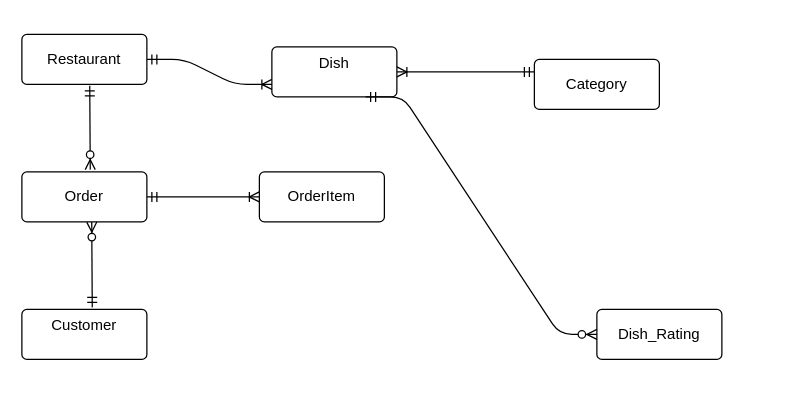
Abrar-Arman/restaurant-ordering-app-django keeps this draw.io diagram as erd.drawio. Above is the earlier version. Source tidied: cells renumbered, new cells numbered last; positions are measured from the earlier drawing's top-left corner, leaving out a move shared by most shapes. Both pictures are drawn from the tidied source at 125%, with x=0, y=0 at pixel (21, 34).
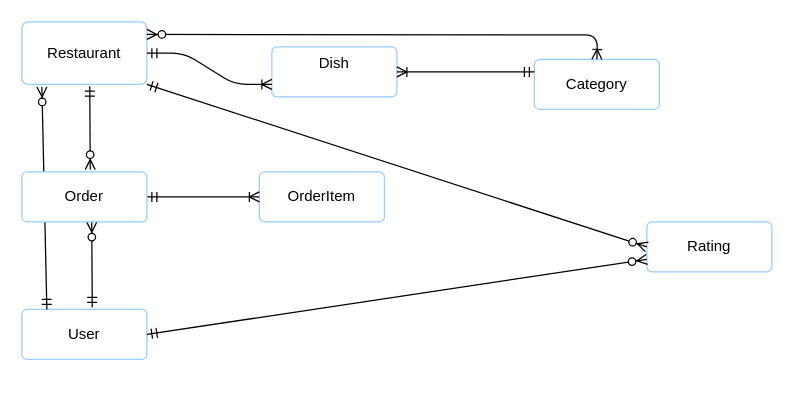
After the change.

Diff of the diagram source:
```diff
@@
-    <mxCell id="2" value="Restaurant" style="rounded=1;arcSize=10;whiteSpace=wrap;html=1;align=center;" parent="1" vertex="1">
-      <mxGeometry width="100" height="40" as="geometry" />
+    <mxCell id="2" value="Restaurant" style="rounded=1;arcSize=10;whiteSpace=wrap;html=1;align=center;strokeColor=#99CCFF;" parent="1" vertex="1">
+      <mxGeometry y="-10" width="100" height="50" as="geometry" />
     </mxCell>
-    <mxCell id="3" value="&#10;Dish&#10;&#10;" style="rounded=1;arcSize=10;whiteSpace=wrap;html=1;align=center;" parent="1" vertex="1">
+    <mxCell id="3" value="&#10;Dish&#10;&#10;" style="rounded=1;arcSize=10;whiteSpace=wrap;html=1;align=center;strokeColor=#99CCFF;" parent="1" vertex="1">
       <mxGeometry x="200" y="10" width="100" height="40" as="geometry" />
     </mxCell>
-    <mxCell id="4" value="&#10;Customer&#10;&#10;" style="rounded=1;arcSize=10;whiteSpace=wrap;html=1;align=center;" parent="1" vertex="1">
+    <mxCell id="4" value="User" style="rounded=1;arcSize=10;whiteSpace=wrap;html=1;align=center;strokeColor=#99CCFF;" parent="1" vertex="1">
       <mxGeometry y="220" width="100" height="40" as="geometry" />
     </mxCell>
@@
-    <mxCell id="6" value="Category" style="rounded=1;arcSize=10;whiteSpace=wrap;html=1;align=center;" parent="1" vertex="1">
+    <mxCell id="6" value="Category" style="rounded=1;arcSize=10;whiteSpace=wrap;html=1;align=center;strokeColor=#99CCFF;" parent="1" vertex="1">
       <mxGeometry x="410" y="20" width="100" height="40" as="geometry" />
     </mxCell>
-    <mxCell id="7" value="Order" style="rounded=1;arcSize=10;whiteSpace=wrap;html=1;align=center;" parent="1" vertex="1">
-      <mxGeometry y="110" width="100" height="40" as="geometry" />
-    </mxCell>
-    <mxCell id="8" value="OrderItem" style="rounded=1;arcSize=10;whiteSpace=wrap;html=1;align=center;" parent="1" vertex="1">
+    <mxCell id="8" value="OrderItem" style="rounded=1;arcSize=10;whiteSpace=wrap;html=1;align=center;strokeColor=#99CCFF;" parent="1" vertex="1">
       <mxGeometry x="190" y="110" width="100" height="40" as="geometry" />
     </mxCell>
@@
-    <mxCell id="13" value="Dish_Rating" style="rounded=1;arcSize=10;whiteSpace=wrap;html=1;align=center;" parent="1" vertex="1">
-      <mxGeometry x="460" y="220" width="100" height="40" as="geometry" />
+    <mxCell id="13" value="Rating" style="rounded=1;arcSize=10;whiteSpace=wrap;html=1;align=center;strokeColor=#99CCFF;" parent="1" vertex="1">
+      <mxGeometry x="500" y="150" width="100" height="40" as="geometry" />
     </mxCell>
-    <mxCell id="14" style="edgeStyle=entityRelationEdgeStyle;fontSize=12;html=1;endArrow=ERzeroToMany;startArrow=ERmandOne;entryX=0;entryY=0.5;entryDx=0;entryDy=0;exitX=0.75;exitY=1;exitDx=0;exitDy=0;" parent="1" edge="1" source="3" target="13">
+    <mxCell id="14" style="fontSize=12;html=1;endArrow=ERzeroToMany;startArrow=ERmandOne;entryX=0;entryY=0.5;entryDx=0;entryDy=0;exitX=1;exitY=1;exitDx=0;exitDy=0;" parent="1" edge="1" source="2" target="13">
       <mxGeometry relative="1" as="geometry" />
     </mxCell>
+    <mxCell id="15" style="fontSize=12;html=1;endArrow=ERzeroToMany;startArrow=ERmandOne;entryX=0;entryY=0.75;entryDx=0;entryDy=0;exitX=1;exitY=0.5;exitDx=0;exitDy=0;" parent="1" edge="1" source="4" target="13">
+      <mxGeometry relative="1" as="geometry" />
+    </mxCell>
+    <mxCell id="16" style="edgeStyle=orthogonalEdgeStyle;fontSize=12;html=1;endArrow=ERoneToMany;startArrow=ERzeroToMany;entryX=0.25;entryY=0;entryDx=0;entryDy=0;exitX=0.75;exitY=0;exitDx=0;exitDy=0;" parent="1" edge="1">
+      <mxGeometry relative="1" as="geometry">
+        <mxPoint x="100" as="sourcePoint" />
+        <mxPoint x="460" y="20" as="targetPoint" />
+      </mxGeometry>
+    </mxCell>
+    <mxCell id="17" style="fontSize=12;html=1;endArrow=ERzeroToMany;startArrow=ERmandOne;entryX=0.16;entryY=1.04;entryDx=0;entryDy=0;entryPerimeter=0;" parent="1" edge="1" target="2">
+      <mxGeometry relative="1" as="geometry">
+        <mxPoint x="20" y="220" as="sourcePoint" />
+      </mxGeometry>
+    </mxCell>
+    <mxCell id="7" value="Order" style="rounded=1;arcSize=10;whiteSpace=wrap;html=1;align=center;strokeColor=#99CCFF;" parent="1" vertex="1">
+      <mxGeometry y="110" width="100" height="40" as="geometry" />
+    </mxCell>
```
